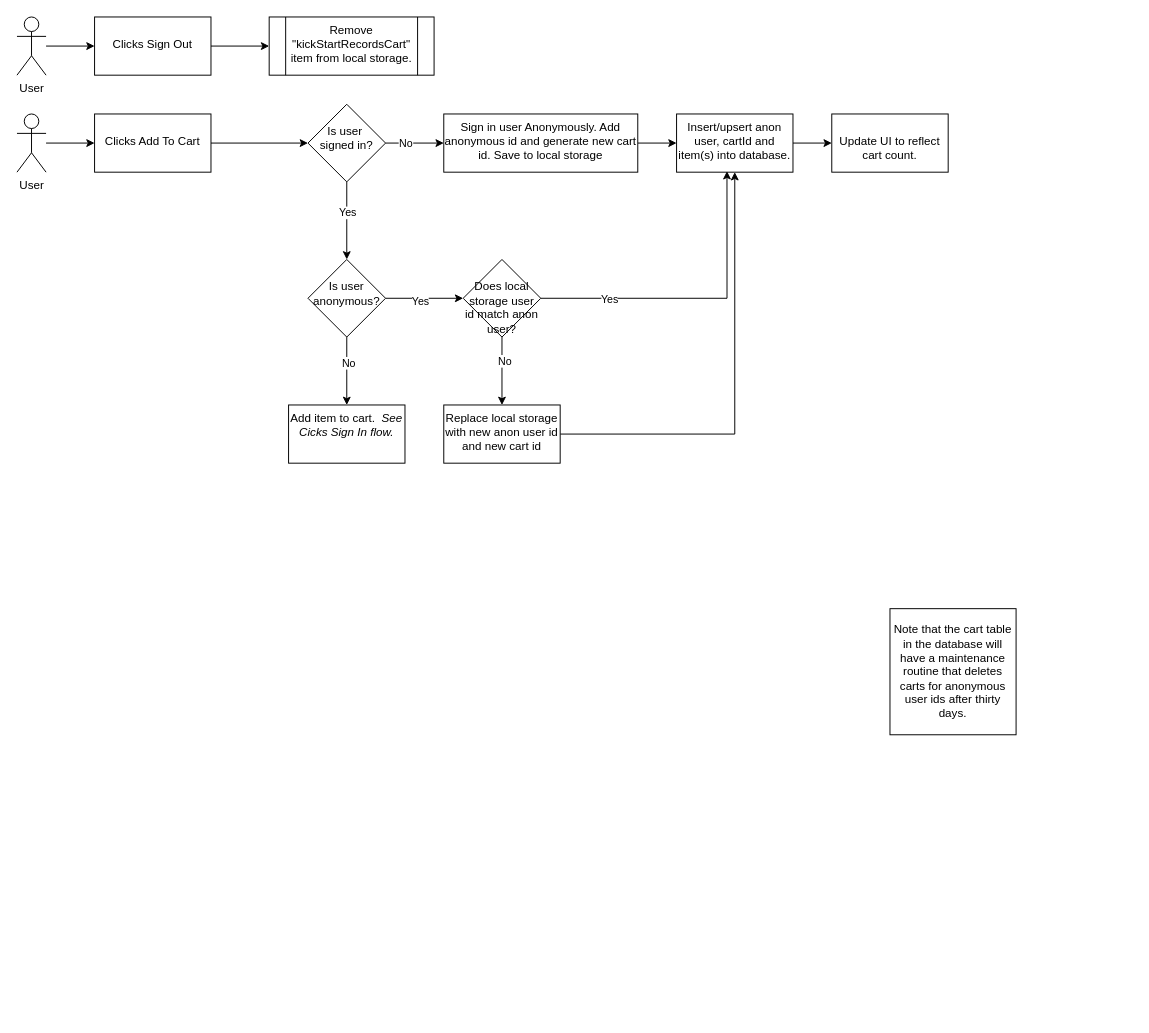
Above: UserCartAuthFlows.drawio in j3fflan3/kick-start-records-store (draw.io), before the change. Source tidied: cells renumbered, new cells numbered last; positions are measured from the earlier drawing's top-left corner, leaving out a move shared by most shapes. Both pictures are drawn from the tidied source at 97%, with x=0, y=0 at pixel (16, 16).
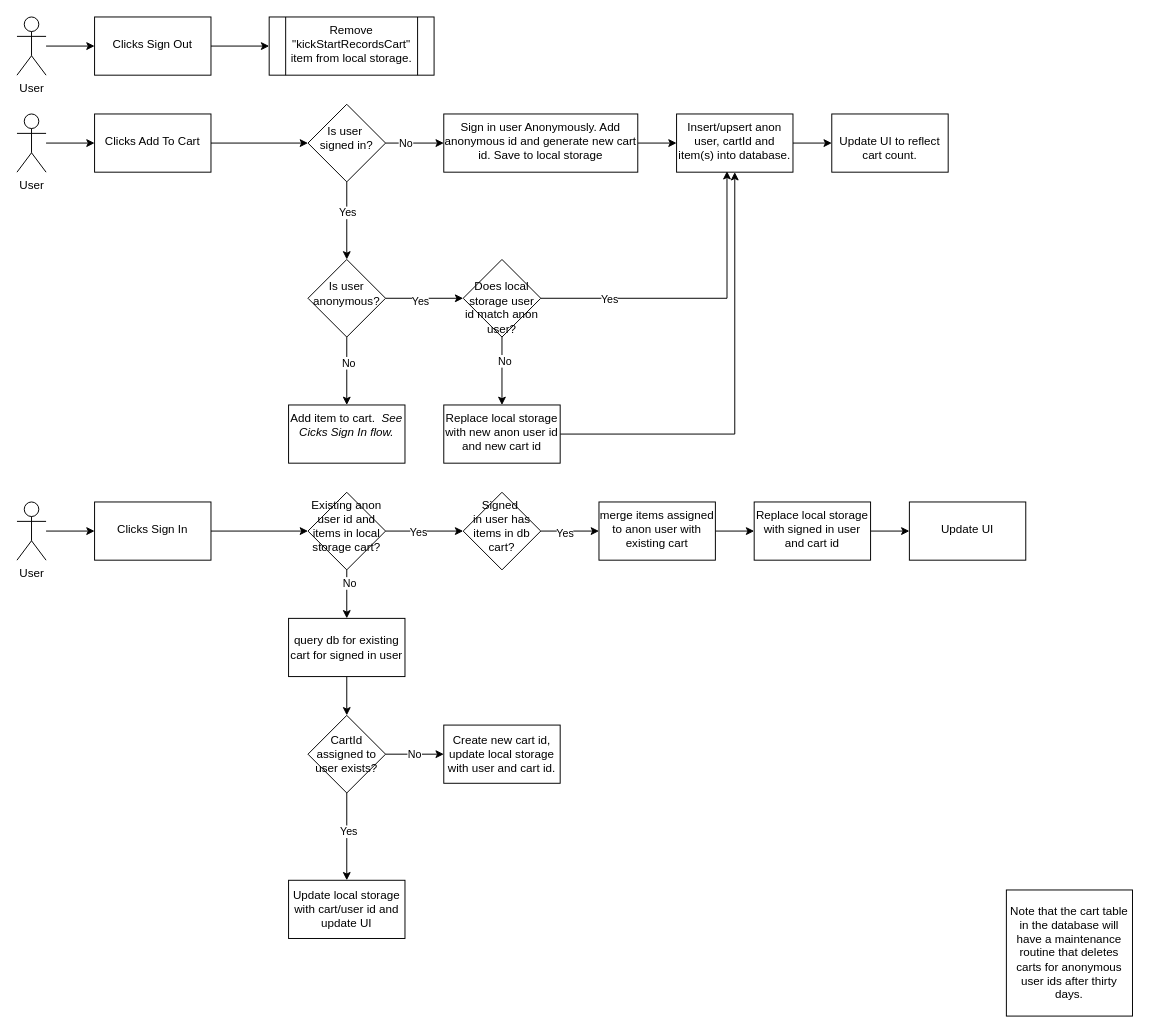
After the change.

Commit message:
Adding Sign In flow for cart storage logic

Change to the diagram source:
```diff
@@
     <mxCell id="33" value="Note that the cart table in the database will have a maintenance routine that deletes carts for anonymous user ids after thirty days." style="whiteSpace=wrap;html=1;" parent="1" vertex="1">
-      <mxGeometry x="900" y="610" width="130" height="130" as="geometry" />
+      <mxGeometry x="1020" y="900" width="130" height="130" as="geometry" />
     </mxCell>
@@
+    <mxCell id="35" style="edgeStyle=orthogonalEdgeStyle;rounded=0;jettySize=auto;html=1;" parent="1" edge="1" source="36" target="38">
+      <mxGeometry relative="1" as="geometry" />
+    </mxCell>
+    <mxCell id="36" value="User" style="shape=umlActor;verticalLabelPosition=bottom;verticalAlign=top;html=1;outlineConnect=0;" parent="1" vertex="1">
+      <mxGeometry y="500" width="30" height="60" as="geometry" />
+    </mxCell>
+    <mxCell id="37" style="edgeStyle=orthogonalEdgeStyle;rounded=0;jettySize=auto;html=1;" parent="1" edge="1" source="38" target="43">
+      <mxGeometry relative="1" as="geometry" />
+    </mxCell>
+    <mxCell id="38" value="&lt;div&gt;&lt;br&gt;&lt;/div&gt;&lt;div&gt;Clicks Sign In&lt;/div&gt;" style="whiteSpace=wrap;html=1;verticalAlign=top;" parent="1" vertex="1">
+      <mxGeometry x="80" y="500" width="120" height="60" as="geometry" />
+    </mxCell>
+    <mxCell id="39" style="edgeStyle=orthogonalEdgeStyle;rounded=0;jettySize=auto;html=1;" parent="1" edge="1" source="43" target="46">
+      <mxGeometry relative="1" as="geometry" />
+    </mxCell>
+    <mxCell id="40" value="Yes" style="edgeLabel;html=1;align=center;verticalAlign=middle;" parent="39" vertex="1">
+      <mxGeometry x="-0.17" y="-1" relative="1" as="geometry" />
+    </mxCell>
+    <mxCell id="41" style="edgeStyle=orthogonalEdgeStyle;rounded=0;jettySize=auto;html=1;" parent="1" edge="1" source="43" target="53">
+      <mxGeometry relative="1" as="geometry" />
+    </mxCell>
+    <mxCell id="42" value="No" style="edgeLabel;html=1;align=center;verticalAlign=middle;" parent="41" vertex="1">
+      <mxGeometry x="-0.48" y="2" relative="1" as="geometry" />
+    </mxCell>
+    <mxCell id="43" value="Existing anon user id and items in local storage cart?" style="rhombus;whiteSpace=wrap;html=1;verticalAlign=top;" parent="1" vertex="1">
+      <mxGeometry x="300" y="490" width="80" height="80" as="geometry" />
+    </mxCell>
+    <mxCell id="44" style="edgeStyle=orthogonalEdgeStyle;rounded=0;jettySize=auto;html=1;" parent="1" edge="1" source="46" target="48">
+      <mxGeometry relative="1" as="geometry" />
+    </mxCell>
+    <mxCell id="45" value="Yes" style="edgeLabel;html=1;align=center;verticalAlign=middle;" parent="44" vertex="1">
+      <mxGeometry x="-0.2" y="-2" relative="1" as="geometry" />
+    </mxCell>
+    <mxCell id="46" value="&lt;div&gt;Signed&amp;nbsp;&lt;br&gt;&lt;/div&gt;&lt;div&gt;in user has items in db cart?&lt;/div&gt;" style="rhombus;whiteSpace=wrap;html=1;verticalAlign=top;" parent="1" vertex="1">
+      <mxGeometry x="460" y="490" width="80" height="80" as="geometry" />
+    </mxCell>
+    <mxCell id="47" style="edgeStyle=orthogonalEdgeStyle;rounded=0;jettySize=auto;html=1;" parent="1" edge="1" source="48" target="50">
+      <mxGeometry relative="1" as="geometry" />
+    </mxCell>
+    <mxCell id="48" value="merge items assigned to anon user with existing cart" style="whiteSpace=wrap;html=1;verticalAlign=top;" parent="1" vertex="1">
+      <mxGeometry x="600" y="500" width="120" height="60" as="geometry" />
+    </mxCell>
+    <mxCell id="49" style="edgeStyle=orthogonalEdgeStyle;rounded=0;jettySize=auto;html=1;" parent="1" edge="1" source="50" target="51">
+      <mxGeometry relative="1" as="geometry" />
+    </mxCell>
+    <mxCell id="50" value="Replace local storage with signed in user and cart id" style="whiteSpace=wrap;html=1;verticalAlign=top;" parent="1" vertex="1">
+      <mxGeometry x="760" y="500" width="120" height="60" as="geometry" />
+    </mxCell>
+    <mxCell id="51" value="&lt;div&gt;&lt;br&gt;&lt;/div&gt;&lt;div&gt;Update UI&lt;/div&gt;" style="whiteSpace=wrap;html=1;verticalAlign=top;" parent="1" vertex="1">
+      <mxGeometry x="920" y="500" width="120" height="60" as="geometry" />
+    </mxCell>
+    <mxCell id="52" style="edgeStyle=orthogonalEdgeStyle;rounded=0;jettySize=auto;html=1;" parent="1" edge="1" source="53" target="57">
+      <mxGeometry relative="1" as="geometry" />
+    </mxCell>
+    <mxCell id="53" value="&lt;div&gt;query db for existing cart for signed in user&lt;br&gt;&lt;/div&gt;" style="whiteSpace=wrap;html=1;verticalAlign=middle;" parent="1" vertex="1">
+      <mxGeometry x="280" y="620" width="120" height="60" as="geometry" />
+    </mxCell>
+    <mxCell id="54" style="edgeStyle=orthogonalEdgeStyle;rounded=0;jettySize=auto;html=1;" parent="1" edge="1" source="57" target="58">
+      <mxGeometry relative="1" as="geometry" />
+    </mxCell>
+    <mxCell id="55" value="Yes" style="edgeLabel;html=1;align=center;verticalAlign=middle;" parent="54" vertex="1">
+      <mxGeometry x="-0.13" y="1" relative="1" as="geometry" />
+    </mxCell>
+    <mxCell id="56" value="No" style="edgeStyle=orthogonalEdgeStyle;rounded=0;jettySize=auto;html=1;" parent="1" edge="1" source="57" target="59">
+      <mxGeometry relative="1" as="geometry">
+        <Array as="points">
+          <mxPoint x="400" y="760" />
+          <mxPoint x="400" y="760" />
+        </Array>
+      </mxGeometry>
+    </mxCell>
+    <mxCell id="57" value="CartId assigned to user exists?" style="rhombus;whiteSpace=wrap;html=1;" parent="1" vertex="1">
+      <mxGeometry x="300" y="720" width="80" height="80" as="geometry" />
+    </mxCell>
+    <mxCell id="58" value="Update local storage with cart/user id and update UI" style="whiteSpace=wrap;html=1;" parent="1" vertex="1">
+      <mxGeometry x="280" y="890" width="120" height="60" as="geometry" />
+    </mxCell>
+    <mxCell id="59" value="Create new cart id, update local storage with user and cart id." style="whiteSpace=wrap;html=1;" parent="1" vertex="1">
+      <mxGeometry x="440" y="730" width="120" height="60" as="geometry" />
+    </mxCell>
```
